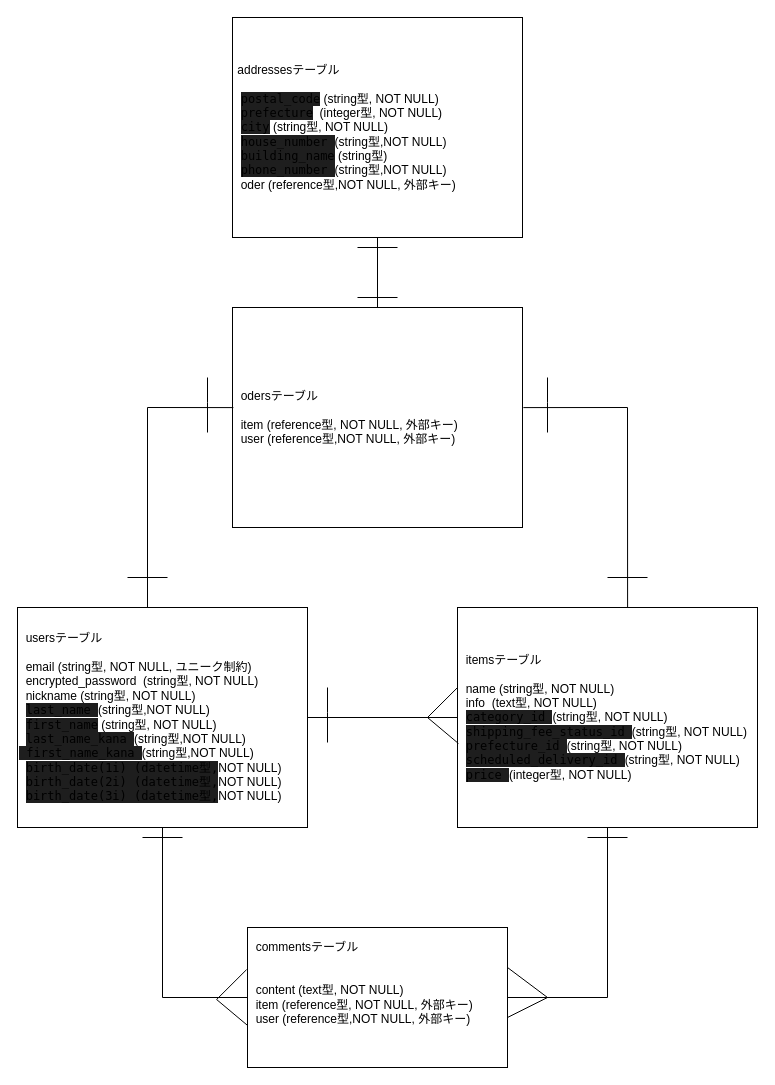
The draw.io diagram ER.dio in ponta4699/furima-38652, before the edit. Source tidied: cells renumbered, new cells numbered last; positions are measured from the earlier drawing's top-left corner, leaving out a move shared by most shapes. Both pictures are drawn from the tidied source at 100%, with x=0, y=0 at pixel (17, 17).
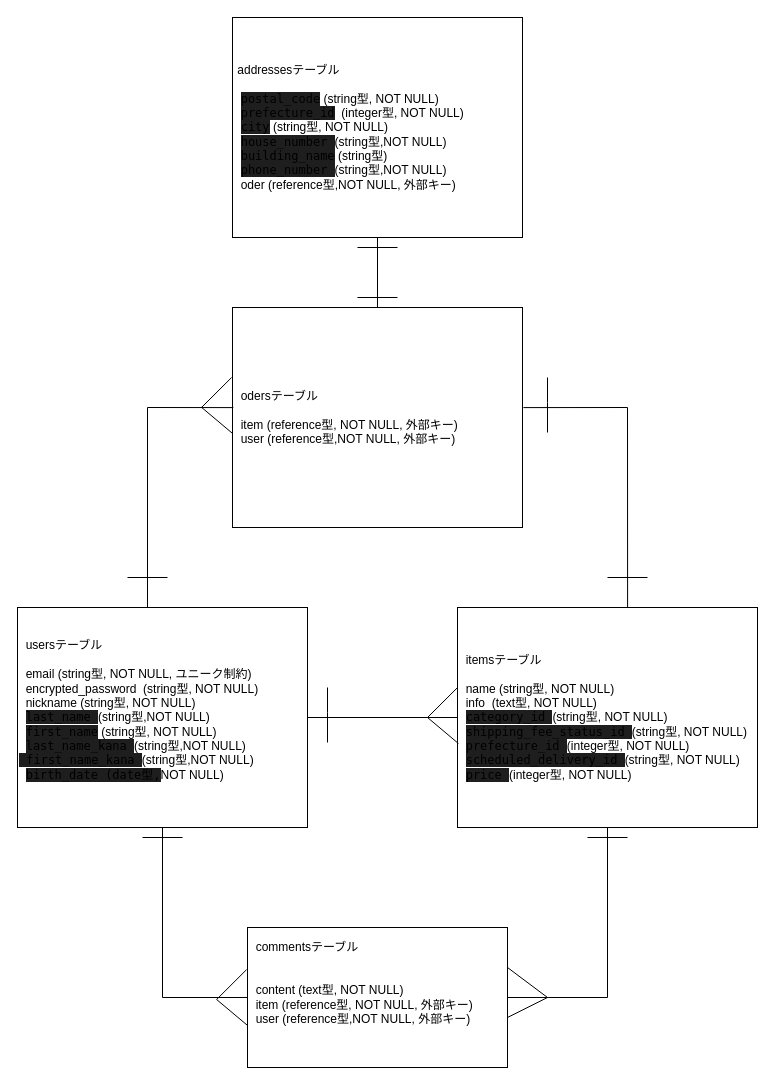
Above is the later version.

Commit message (it also covers changes not shown here):
ER図、READMEの再修正-2

Diff of the diagram source:
```diff
@@
-    <mxCell id="3" value="&amp;nbsp; usersテーブル&lt;br&gt;&lt;br&gt;&amp;nbsp; email (string型, NOT NULL, ユニーク制約)&lt;br&gt;&amp;nbsp; encrypted_password&amp;nbsp; (string型, NOT NULL)&lt;br&gt;&amp;nbsp; nickname (string型, NOT NULL)&lt;br&gt;&amp;nbsp;&amp;nbsp;&lt;span style=&quot;background-color: rgb(30 , 30 , 30) ; font-family: &amp;#34;menlo&amp;#34; , &amp;#34;monaco&amp;#34; , &amp;#34;courier new&amp;#34; , monospace&quot;&gt;last_name&amp;nbsp;&lt;/span&gt;&lt;span&gt;(&lt;/span&gt;string&lt;span&gt;型,NOT NULL)&lt;/span&gt;&lt;br&gt;&amp;nbsp;&amp;nbsp;&lt;span style=&quot;background-color: rgb(30 , 30 , 30) ; font-family: &amp;#34;menlo&amp;#34; , &amp;#34;monaco&amp;#34; , &amp;#34;courier new&amp;#34; , monospace&quot;&gt;first_name&lt;/span&gt;&lt;span&gt;&amp;nbsp;(&lt;/span&gt;string&lt;span&gt;型, NOT NULL)&lt;/span&gt;&lt;br&gt;&amp;nbsp;&amp;nbsp;&lt;span style=&quot;background-color: rgb(30 , 30 , 30) ; font-family: &amp;#34;menlo&amp;#34; , &amp;#34;monaco&amp;#34; , &amp;#34;courier new&amp;#34; , monospace&quot;&gt;last_name_kana&amp;nbsp;&lt;/span&gt;&lt;span&gt;(&lt;/span&gt;string&lt;span&gt;型,NOT NULL)&lt;br&gt;&lt;/span&gt;&lt;span style=&quot;background-color: rgb(30 , 30 , 30) ; font-family: &amp;#34;menlo&amp;#34; , &amp;#34;monaco&amp;#34; , &amp;#34;courier new&amp;#34; , monospace&quot;&gt;&amp;nbsp;first_name_kana&amp;nbsp;&lt;/span&gt;&lt;span&gt;(&lt;/span&gt;string&lt;span&gt;型,NOT NULL)&lt;br&gt;&lt;/span&gt;&lt;span&gt;&amp;nbsp;&amp;nbsp;&lt;/span&gt;&lt;span style=&quot;background-color: rgb(30 , 30 , 30) ; font-family: &amp;#34;menlo&amp;#34; , &amp;#34;monaco&amp;#34; , &amp;#34;courier new&amp;#34; , monospace&quot;&gt;birth_date(1i) (datetime型,&lt;/span&gt;NOT NULL)&lt;br&gt;&amp;nbsp;&amp;nbsp;&lt;span style=&quot;background-color: rgb(30 , 30 , 30) ; font-family: &amp;#34;menlo&amp;#34; , &amp;#34;monaco&amp;#34; , &amp;#34;courier new&amp;#34; , monospace&quot;&gt;birth_date(2i) (datetime型,&lt;/span&gt;NOT NULL)&lt;span style=&quot;background-color: rgb(30 , 30 , 30) ; font-family: &amp;#34;menlo&amp;#34; , &amp;#34;monaco&amp;#34; , &amp;#34;courier new&amp;#34; , monospace&quot;&gt;&lt;br&gt;&lt;/span&gt;&amp;nbsp;&amp;nbsp;&lt;span style=&quot;background-color: rgb(30 , 30 , 30) ; font-family: &amp;#34;menlo&amp;#34; , &amp;#34;monaco&amp;#34; , &amp;#34;courier new&amp;#34; , monospace&quot;&gt;birth_date(3i) (datetime型,&lt;/span&gt;NOT NULL)&lt;span style=&quot;background-color: rgb(30 , 30 , 30) ; color: rgb(212 , 212 , 212) ; font-family: &amp;#34;menlo&amp;#34; , &amp;#34;monaco&amp;#34; , &amp;#34;courier new&amp;#34; , monospace&quot;&gt;&lt;br&gt;&lt;/span&gt;" style="whiteSpace=wrap;html=1;align=left;" parent="1" vertex="1">
+    <mxCell id="3" value="&amp;nbsp; usersテーブル&lt;br&gt;&lt;br&gt;&amp;nbsp; email (string型, NOT NULL, ユニーク制約)&lt;br&gt;&amp;nbsp; encrypted_password&amp;nbsp; (string型, NOT NULL)&lt;br&gt;&amp;nbsp; nickname (string型, NOT NULL)&lt;br&gt;&amp;nbsp;&amp;nbsp;&lt;span style=&quot;background-color: rgb(30 , 30 , 30) ; font-family: &amp;#34;menlo&amp;#34; , &amp;#34;monaco&amp;#34; , &amp;#34;courier new&amp;#34; , monospace&quot;&gt;last_name&amp;nbsp;&lt;/span&gt;&lt;span&gt;(&lt;/span&gt;string&lt;span&gt;型,NOT NULL)&lt;/span&gt;&lt;br&gt;&amp;nbsp;&amp;nbsp;&lt;span style=&quot;background-color: rgb(30 , 30 , 30) ; font-family: &amp;#34;menlo&amp;#34; , &amp;#34;monaco&amp;#34; , &amp;#34;courier new&amp;#34; , monospace&quot;&gt;first_name&lt;/span&gt;&lt;span&gt;&amp;nbsp;(&lt;/span&gt;string&lt;span&gt;型, NOT NULL)&lt;/span&gt;&lt;br&gt;&amp;nbsp;&amp;nbsp;&lt;span style=&quot;background-color: rgb(30 , 30 , 30) ; font-family: &amp;#34;menlo&amp;#34; , &amp;#34;monaco&amp;#34; , &amp;#34;courier new&amp;#34; , monospace&quot;&gt;last_name_kana&amp;nbsp;&lt;/span&gt;&lt;span&gt;(&lt;/span&gt;string&lt;span&gt;型,NOT NULL)&lt;br&gt;&lt;/span&gt;&lt;span style=&quot;background-color: rgb(30 , 30 , 30) ; font-family: &amp;#34;menlo&amp;#34; , &amp;#34;monaco&amp;#34; , &amp;#34;courier new&amp;#34; , monospace&quot;&gt;&amp;nbsp;first_name_kana&amp;nbsp;&lt;/span&gt;&lt;span&gt;(&lt;/span&gt;string&lt;span&gt;型,NOT NULL)&lt;br&gt;&lt;/span&gt;&lt;span&gt;&amp;nbsp;&amp;nbsp;&lt;/span&gt;&lt;span style=&quot;background-color: rgb(30 , 30 , 30) ; font-family: &amp;#34;menlo&amp;#34; , &amp;#34;monaco&amp;#34; , &amp;#34;courier new&amp;#34; , monospace&quot;&gt;birth_date (date型,&lt;/span&gt;NOT NULL)&lt;br&gt;&lt;span style=&quot;background-color: rgb(30 , 30 , 30) ; color: rgb(212 , 212 , 212) ; font-family: &amp;#34;menlo&amp;#34; , &amp;#34;monaco&amp;#34; , &amp;#34;courier new&amp;#34; , monospace&quot;&gt;&lt;br&gt;&lt;/span&gt;" style="whiteSpace=wrap;html=1;align=left;" parent="1" vertex="1">
       <mxGeometry y="590" width="290" height="220" as="geometry" />
     </mxCell>
-    <mxCell id="4" value="&amp;nbsp; itemsテーブル&lt;br&gt;&lt;br&gt;&amp;nbsp; name (string型, NOT NULL)&lt;br&gt;&amp;nbsp; info&amp;nbsp; (text型, NOT NULL)&lt;br&gt;&amp;nbsp; &lt;span style=&quot;background-color: rgb(30 , 30 , 30) ; font-family: &amp;#34;menlo&amp;#34; , &amp;#34;monaco&amp;#34; , &amp;#34;courier new&amp;#34; , monospace&quot;&gt;category_id&amp;nbsp;&lt;/span&gt;&lt;span&gt;(string型, NOT NULL)&lt;/span&gt;&lt;br&gt;&amp;nbsp;&amp;nbsp;&lt;span style=&quot;background-color: rgb(30 , 30 , 30) ; font-family: &amp;#34;menlo&amp;#34; , &amp;#34;monaco&amp;#34; , &amp;#34;courier new&amp;#34; , monospace&quot;&gt;shipping_fee_status_id&amp;nbsp;&lt;/span&gt;(string型, NOT NULL)&lt;br&gt;&amp;nbsp;&amp;nbsp;&lt;span style=&quot;background-color: rgb(30 , 30 , 30) ; font-family: &amp;#34;menlo&amp;#34; , &amp;#34;monaco&amp;#34; , &amp;#34;courier new&amp;#34; , monospace&quot;&gt;prefecture_id&amp;nbsp;&lt;/span&gt;&lt;span&gt;(string型, NOT NULL)&lt;/span&gt;&lt;br&gt;&amp;nbsp;&amp;nbsp;&lt;span style=&quot;background-color: rgb(30 , 30 , 30) ; font-family: &amp;#34;menlo&amp;#34; , &amp;#34;monaco&amp;#34; , &amp;#34;courier new&amp;#34; , monospace&quot;&gt;scheduled_delivery_id&amp;nbsp;&lt;/span&gt;&lt;span&gt;(string型, NOT NULL)&lt;/span&gt;&lt;br&gt;&amp;nbsp;&amp;nbsp;&lt;span style=&quot;background-color: rgb(30 , 30 , 30) ; font-family: &amp;#34;menlo&amp;#34; , &amp;#34;monaco&amp;#34; , &amp;#34;courier new&amp;#34; , monospace&quot;&gt;price&amp;nbsp;&lt;/span&gt;&lt;span&gt;(integer型, NOT NULL)&lt;/span&gt;" style="whiteSpace=wrap;html=1;align=left;" parent="1" vertex="1">
+    <mxCell id="4" value="&amp;nbsp; itemsテーブル&lt;br&gt;&lt;br&gt;&amp;nbsp; name (string型, NOT NULL)&lt;br&gt;&amp;nbsp; info&amp;nbsp; (text型, NOT NULL)&lt;br&gt;&amp;nbsp; &lt;span style=&quot;background-color: rgb(30 , 30 , 30) ; font-family: &amp;#34;menlo&amp;#34; , &amp;#34;monaco&amp;#34; , &amp;#34;courier new&amp;#34; , monospace&quot;&gt;category_id&amp;nbsp;&lt;/span&gt;&lt;span&gt;(string型, NOT NULL)&lt;/span&gt;&lt;br&gt;&amp;nbsp;&amp;nbsp;&lt;span style=&quot;background-color: rgb(30 , 30 , 30) ; font-family: &amp;#34;menlo&amp;#34; , &amp;#34;monaco&amp;#34; , &amp;#34;courier new&amp;#34; , monospace&quot;&gt;shipping_fee_status_id&amp;nbsp;&lt;/span&gt;(string型, NOT NULL)&lt;br&gt;&amp;nbsp;&amp;nbsp;&lt;span style=&quot;background-color: rgb(30 , 30 , 30) ; font-family: &amp;#34;menlo&amp;#34; , &amp;#34;monaco&amp;#34; , &amp;#34;courier new&amp;#34; , monospace&quot;&gt;prefecture_id&amp;nbsp;&lt;/span&gt;&lt;span&gt;(integer型, NOT NULL)&lt;/span&gt;&lt;br&gt;&amp;nbsp;&amp;nbsp;&lt;span style=&quot;background-color: rgb(30 , 30 , 30) ; font-family: &amp;#34;menlo&amp;#34; , &amp;#34;monaco&amp;#34; , &amp;#34;courier new&amp;#34; , monospace&quot;&gt;scheduled_delivery_id&amp;nbsp;&lt;/span&gt;&lt;span&gt;(string型, NOT NULL)&lt;/span&gt;&lt;br&gt;&amp;nbsp;&amp;nbsp;&lt;span style=&quot;background-color: rgb(30 , 30 , 30) ; font-family: &amp;#34;menlo&amp;#34; , &amp;#34;monaco&amp;#34; , &amp;#34;courier new&amp;#34; , monospace&quot;&gt;price&amp;nbsp;&lt;/span&gt;&lt;span&gt;(integer型, NOT NULL)&lt;/span&gt;" style="whiteSpace=wrap;html=1;align=left;" parent="1" vertex="1">
       <mxGeometry x="440" y="590" width="300" height="220" as="geometry" />
     </mxCell>
@@
-    <mxCell id="23" style="endArrow=none;html=1;rounded=0;fontSize=10;" parent="1" edge="1">
-      <mxGeometry relative="1" as="geometry">
-        <mxPoint x="190" y="415" as="sourcePoint" />
-        <mxPoint x="190" y="360" as="targetPoint" />
-        <Array as="points">
-          <mxPoint x="190" y="385" />
-        </Array>
-      </mxGeometry>
-    </mxCell>
@@
-    <mxCell id="26" value="&amp;nbsp;a&lt;span style=&quot;background-color: transparent ; font-family: , , &amp;#34;sf mono&amp;#34; , &amp;#34;menlo&amp;#34; , &amp;#34;consolas&amp;#34; , &amp;#34;liberation mono&amp;#34; , monospace ; font-size: 11.9px&quot;&gt;ddresses&lt;/span&gt;&lt;span&gt;テーブル&lt;/span&gt;&lt;br&gt;&lt;br&gt;&amp;nbsp;&amp;nbsp;&lt;span style=&quot;background-color: rgb(30 , 30 , 30) ; font-family: &amp;#34;menlo&amp;#34; , &amp;#34;monaco&amp;#34; , &amp;#34;courier new&amp;#34; , monospace&quot;&gt;postal_code&lt;/span&gt;&amp;nbsp;(string型, NOT NULL)&lt;br&gt;&amp;nbsp;&amp;nbsp;&lt;span style=&quot;background-color: rgb(30 , 30 , 30) ; font-family: &amp;#34;menlo&amp;#34; , &amp;#34;monaco&amp;#34; , &amp;#34;courier new&amp;#34; , monospace&quot;&gt;prefecture&lt;/span&gt;&amp;nbsp; (integer型, NOT NULL)&lt;br&gt;&amp;nbsp;&amp;nbsp;&lt;span style=&quot;background-color: rgb(30 , 30 , 30) ; font-family: &amp;#34;menlo&amp;#34; , &amp;#34;monaco&amp;#34; , &amp;#34;courier new&amp;#34; , monospace&quot;&gt;city&lt;/span&gt;&amp;nbsp;(string型, NOT NULL)&lt;br&gt;&amp;nbsp;&amp;nbsp;&lt;span style=&quot;background-color: rgb(30 , 30 , 30) ; font-family: &amp;#34;menlo&amp;#34; , &amp;#34;monaco&amp;#34; , &amp;#34;courier new&amp;#34; , monospace&quot;&gt;house_number&lt;/span&gt;&lt;span style=&quot;background-color: rgb(30 , 30 , 30) ; font-family: &amp;#34;menlo&amp;#34; , &amp;#34;monaco&amp;#34; , &amp;#34;courier new&amp;#34; , monospace&quot;&gt;&amp;nbsp;&lt;/span&gt;(string型,NOT NULL)&lt;br&gt;&amp;nbsp;&amp;nbsp;&lt;span style=&quot;background-color: rgb(30 , 30 , 30) ; font-family: &amp;#34;menlo&amp;#34; , &amp;#34;monaco&amp;#34; , &amp;#34;courier new&amp;#34; , monospace&quot;&gt;building_name&lt;/span&gt;&amp;nbsp;(string型)&lt;br&gt;&amp;nbsp;&amp;nbsp;&lt;span style=&quot;background-color: rgb(30 , 30 , 30) ; font-family: &amp;#34;menlo&amp;#34; , &amp;#34;monaco&amp;#34; , &amp;#34;courier new&amp;#34; , monospace&quot;&gt;phone_number&lt;/span&gt;&lt;span style=&quot;background-color: rgb(30 , 30 , 30) ; font-family: &amp;#34;menlo&amp;#34; , &amp;#34;monaco&amp;#34; , &amp;#34;courier new&amp;#34; , monospace&quot;&gt;&amp;nbsp;&lt;/span&gt;(string型,NOT NULL)&lt;br&gt;&amp;nbsp; oder (reference型,NOT NULL, 外部キー)&lt;span style=&quot;background-color: rgb(30 , 30 , 30) ; color: rgb(212 , 212 , 212) ; font-family: &amp;#34;menlo&amp;#34; , &amp;#34;monaco&amp;#34; , &amp;#34;courier new&amp;#34; , monospace&quot;&gt;&lt;br&gt;&lt;/span&gt;" style="whiteSpace=wrap;html=1;align=left;" parent="1" vertex="1">
+    <mxCell id="26" value="&amp;nbsp;a&lt;span style=&quot;background-color: transparent ; font-family: , , &amp;#34;sf mono&amp;#34; , &amp;#34;menlo&amp;#34; , &amp;#34;consolas&amp;#34; , &amp;#34;liberation mono&amp;#34; , monospace ; font-size: 11.9px&quot;&gt;ddresses&lt;/span&gt;&lt;span&gt;テーブル&lt;/span&gt;&lt;br&gt;&lt;br&gt;&amp;nbsp;&amp;nbsp;&lt;span style=&quot;background-color: rgb(30 , 30 , 30) ; font-family: &amp;#34;menlo&amp;#34; , &amp;#34;monaco&amp;#34; , &amp;#34;courier new&amp;#34; , monospace&quot;&gt;postal_code&lt;/span&gt;&amp;nbsp;(string型, NOT NULL)&lt;br&gt;&amp;nbsp;&amp;nbsp;&lt;span style=&quot;font-family: &amp;#34;menlo&amp;#34; , &amp;#34;monaco&amp;#34; , &amp;#34;courier new&amp;#34; , monospace ; background-color: rgb(30 , 30 , 30)&quot;&gt;prefecture_id&lt;/span&gt;&amp;nbsp; (integer型, NOT NULL)&lt;br&gt;&amp;nbsp;&amp;nbsp;&lt;span style=&quot;background-color: rgb(30 , 30 , 30) ; font-family: &amp;#34;menlo&amp;#34; , &amp;#34;monaco&amp;#34; , &amp;#34;courier new&amp;#34; , monospace&quot;&gt;city&lt;/span&gt;&amp;nbsp;(string型, NOT NULL)&lt;br&gt;&amp;nbsp;&amp;nbsp;&lt;span style=&quot;background-color: rgb(30 , 30 , 30) ; font-family: &amp;#34;menlo&amp;#34; , &amp;#34;monaco&amp;#34; , &amp;#34;courier new&amp;#34; , monospace&quot;&gt;house_number&lt;/span&gt;&lt;span style=&quot;background-color: rgb(30 , 30 , 30) ; font-family: &amp;#34;menlo&amp;#34; , &amp;#34;monaco&amp;#34; , &amp;#34;courier new&amp;#34; , monospace&quot;&gt;&amp;nbsp;&lt;/span&gt;(string型,NOT NULL)&lt;br&gt;&amp;nbsp;&amp;nbsp;&lt;span style=&quot;background-color: rgb(30 , 30 , 30) ; font-family: &amp;#34;menlo&amp;#34; , &amp;#34;monaco&amp;#34; , &amp;#34;courier new&amp;#34; , monospace&quot;&gt;building_name&lt;/span&gt;&amp;nbsp;(string型)&lt;br&gt;&amp;nbsp;&amp;nbsp;&lt;span style=&quot;background-color: rgb(30 , 30 , 30) ; font-family: &amp;#34;menlo&amp;#34; , &amp;#34;monaco&amp;#34; , &amp;#34;courier new&amp;#34; , monospace&quot;&gt;phone_number&lt;/span&gt;&lt;span style=&quot;background-color: rgb(30 , 30 , 30) ; font-family: &amp;#34;menlo&amp;#34; , &amp;#34;monaco&amp;#34; , &amp;#34;courier new&amp;#34; , monospace&quot;&gt;&amp;nbsp;&lt;/span&gt;(string型,NOT NULL)&lt;br&gt;&amp;nbsp; oder (reference型,NOT NULL, 外部キー)&lt;span style=&quot;background-color: rgb(30 , 30 , 30) ; color: rgb(212 , 212 , 212) ; font-family: &amp;#34;menlo&amp;#34; , &amp;#34;monaco&amp;#34; , &amp;#34;courier new&amp;#34; , monospace&quot;&gt;&lt;br&gt;&lt;/span&gt;" style="whiteSpace=wrap;html=1;align=left;" parent="1" vertex="1">
       <mxGeometry x="215" width="290" height="220" as="geometry" />
     </mxCell>
@@
+    <mxCell id="29" style="endArrow=none;html=1;rounded=0;fontSize=10;entryX=0;entryY=0.364;entryDx=0;entryDy=0;entryPerimeter=0;exitX=0.003;exitY=0.618;exitDx=0;exitDy=0;exitPerimeter=0;" parent="1" edge="1">
+      <mxGeometry relative="1" as="geometry">
+        <mxPoint x="215" y="415.9" as="sourcePoint" />
+        <mxPoint x="214.1" y="360" as="targetPoint" />
+        <Array as="points">
+          <mxPoint x="184.1" y="389.9" />
+        </Array>
+      </mxGeometry>
+    </mxCell>
```
